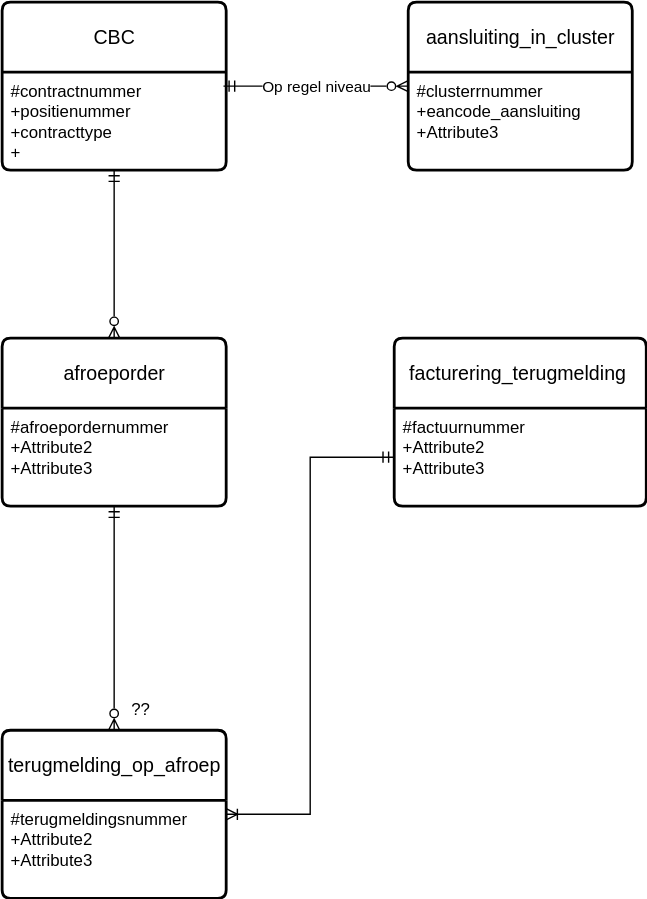
This is flex.svg from Jterveld/draw.io-modellen, a draw.io export, as it was before one commit. Source tidied: cells renumbered, new cells last; positions are measured from the earlier drawing's top-left corner, leaving out a move shared by most shapes.
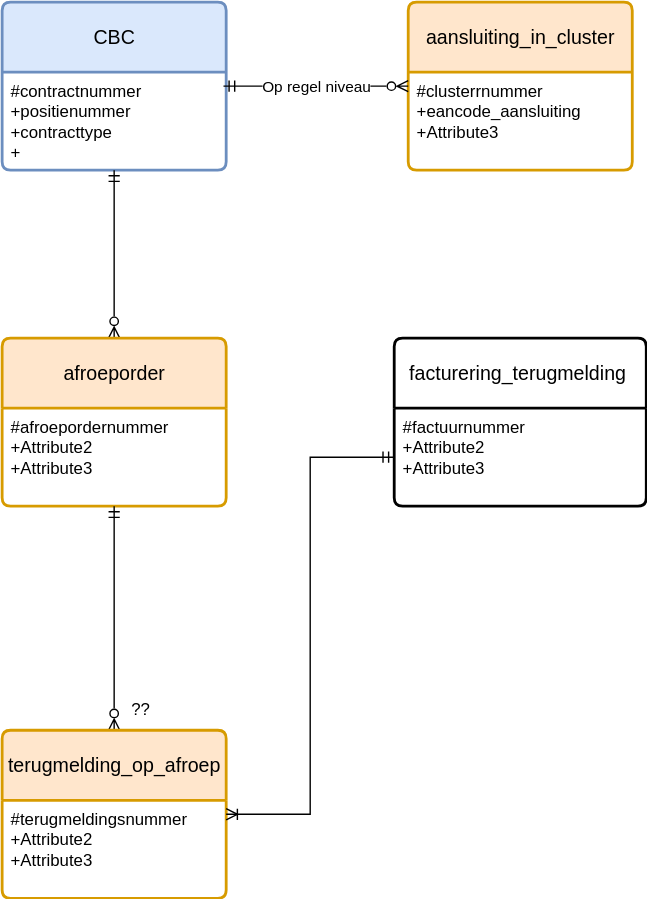
The same file after the commit.

Commit message:
flex uittekenen.svg bijwerken

Change to the diagram source:
```diff
@@ -2,13 +2,13 @@
   <root>
     <mxCell id="0" />
     <mxCell id="1" parent="0" />
-    <mxCell id="2" value="CBC" style="swimlane;horizontal=1;startSize=50;rounded=1;fontSize=14;fontStyle=0;strokeWidth=2;shadow=0;dashed=0;align=center;arcSize=4;whiteSpace=wrap;html=1;" parent="1" vertex="1">
+    <mxCell id="2" value="CBC" style="swimlane;horizontal=1;startSize=50;rounded=1;fontSize=14;fontStyle=0;strokeWidth=2;shadow=0;dashed=0;align=center;arcSize=4;whiteSpace=wrap;html=1;fillColor=#dae8fc;strokeColor=#6c8ebf;" parent="1" vertex="1">
       <mxGeometry width="160" height="120" as="geometry" />
     </mxCell>
     <mxCell id="3" value="#contractnummer&lt;br&gt;+positienummer&lt;div&gt;+contracttype&lt;br&gt;+&lt;/div&gt;" style="align=left;strokeColor=none;fillColor=none;spacingLeft=4;spacingRight=4;fontSize=12;verticalAlign=top;html=1;whiteSpace=wrap;" parent="2" vertex="1">
       <mxGeometry y="50" width="160" height="70" as="geometry" />
     </mxCell>
-    <mxCell id="4" value="aansluiting_in_cluster" style="swimlane;horizontal=1;startSize=50;rounded=1;fontSize=14;fontStyle=0;strokeWidth=2;shadow=0;dashed=0;align=center;arcSize=4;whiteSpace=wrap;html=1;" parent="1" vertex="1">
+    <mxCell id="4" value="aansluiting_in_cluster" style="swimlane;horizontal=1;startSize=50;rounded=1;fontSize=14;fontStyle=0;strokeWidth=2;shadow=0;dashed=0;align=center;arcSize=4;whiteSpace=wrap;html=1;fillColor=#ffe6cc;strokeColor=#d79b00;" parent="1" vertex="1">
       <mxGeometry x="290" width="160" height="120" as="geometry" />
     </mxCell>
     <mxCell id="5" value="#clusterrnummer&lt;br&gt;+eancode_aansluiting&lt;br&gt;+Attribute3" style="align=left;strokeColor=none;fillColor=none;spacingLeft=4;spacingRight=4;fontSize=12;verticalAlign=top;html=1;whiteSpace=wrap;" parent="4" vertex="1">
@@ -17,7 +17,7 @@
     <mxCell id="6" style="edgeStyle=orthogonalEdgeStyle;rounded=0;jettySize=auto;html=1;entryX=0.5;entryY=1;entryDx=0;entryDy=0;endArrow=ERmandOne;endFill=0;startArrow=ERzeroToMany;startFill=0;" parent="1" edge="1" source="7" target="3">
       <mxGeometry relative="1" as="geometry" />
     </mxCell>
-    <mxCell id="7" value="afroeporder" style="swimlane;horizontal=1;startSize=50;rounded=1;fontSize=14;fontStyle=0;strokeWidth=2;shadow=0;dashed=0;align=center;arcSize=4;whiteSpace=wrap;html=1;" parent="1" vertex="1">
+    <mxCell id="7" value="afroeporder" style="swimlane;horizontal=1;startSize=50;rounded=1;fontSize=14;fontStyle=0;strokeWidth=2;shadow=0;dashed=0;align=center;arcSize=4;whiteSpace=wrap;html=1;fillColor=#ffe6cc;strokeColor=#d79b00;" parent="1" vertex="1">
       <mxGeometry y="240" width="160" height="120" as="geometry" />
     </mxCell>
     <mxCell id="8" value="#afroepordernummer&lt;br&gt;+Attribute2&lt;br&gt;+Attribute3" style="align=left;strokeColor=none;fillColor=none;spacingLeft=4;spacingRight=4;fontSize=12;verticalAlign=top;html=1;whiteSpace=wrap;" parent="7" vertex="1">
@@ -26,7 +26,7 @@
     <mxCell id="9" style="edgeStyle=orthogonalEdgeStyle;rounded=0;jettySize=auto;html=1;entryX=0.5;entryY=1;entryDx=0;entryDy=0;endArrow=ERmandOne;endFill=0;startArrow=ERzeroToMany;startFill=0;" parent="1" edge="1" source="10" target="8">
       <mxGeometry relative="1" as="geometry" />
     </mxCell>
-    <mxCell id="10" value="terugmelding_op_afroep" style="swimlane;horizontal=1;startSize=50;rounded=1;fontSize=14;fontStyle=0;strokeWidth=2;shadow=0;dashed=0;align=center;arcSize=4;whiteSpace=wrap;html=1;" parent="1" vertex="1">
+    <mxCell id="10" value="terugmelding_op_afroep" style="swimlane;horizontal=1;startSize=50;rounded=1;fontSize=14;fontStyle=0;strokeWidth=2;shadow=0;dashed=0;align=center;arcSize=4;whiteSpace=wrap;html=1;fillColor=#ffe6cc;strokeColor=#d79b00;" parent="1" vertex="1">
       <mxGeometry y="520" width="160" height="120" as="geometry" />
     </mxCell>
     <mxCell id="11" value="#terugmeldingsnummer&lt;div&gt;+Attribute2&lt;br&gt;+Attribute3&lt;/div&gt;" style="align=left;strokeColor=none;fillColor=none;spacingLeft=4;spacingRight=4;fontSize=12;verticalAlign=top;html=1;whiteSpace=wrap;" parent="10" vertex="1">
```
